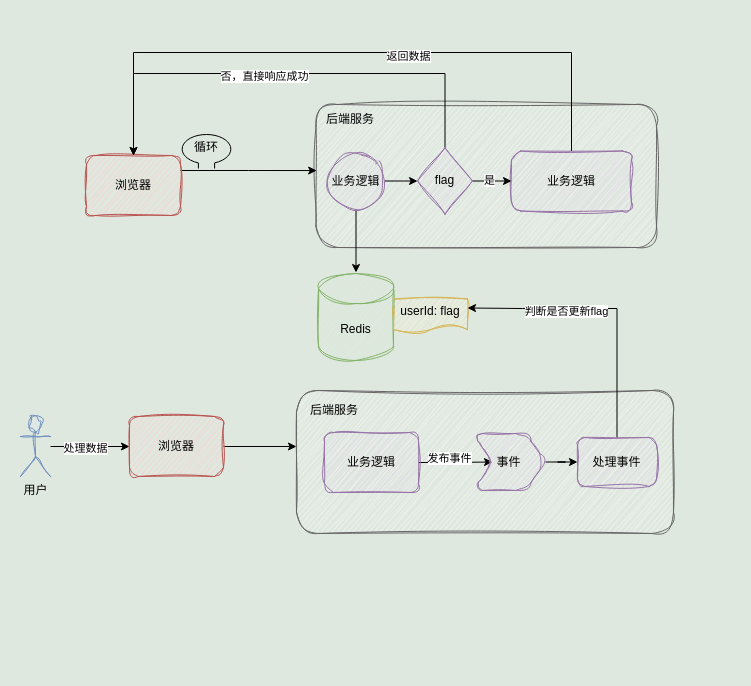
onceMisery/draw keeps this draw.io diagram as 流程图.drawio. Above is the earlier version. Source tidied: cells renumbered, new cells numbered last; positions are measured from the earlier drawing's top-left corner, leaving out a move shared by most shapes. Both pictures are drawn from the tidied source at 100%, with x=0, y=0 at pixel (20, 52).
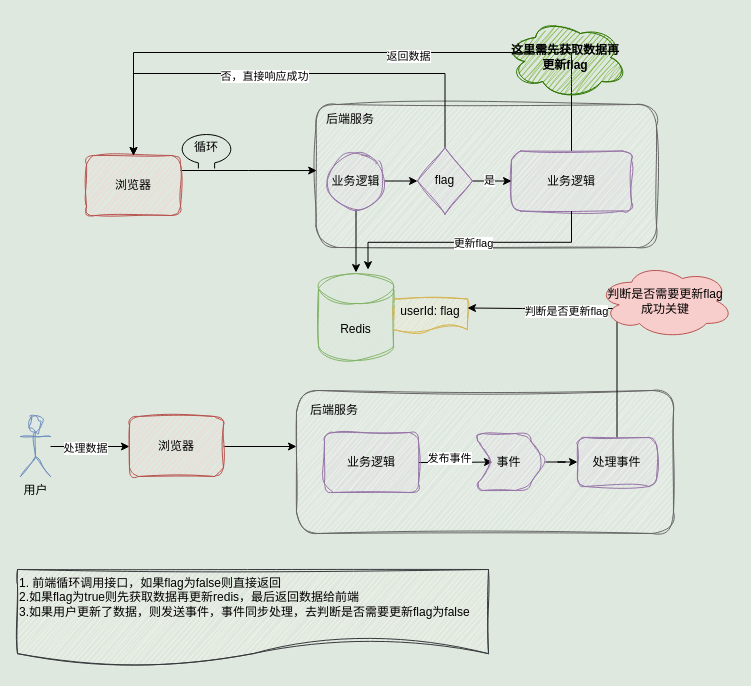
The same diagram, later.

Commit message:
更新流程图.drawio

Unchanged cells that the change refers to:
```xml
<mxCell id="6" value="Redis" style="shape=cylinder3;whiteSpace=wrap;html=1;boundedLbl=1;backgroundOutline=1;size=15;shadow=0;textShadow=0;fillColor=#d5e8d4;strokeColor=#82b366;sketch=1;curveFitting=1;jiggle=2;fillStyle=auto;labelBackgroundColor=none;labelBorderColor=none;perimeterSpacing=1;" parent="1" vertex="1">
  <mxGeometry x="298" y="221" width="75" height="87" as="geometry" />
</mxCell>
<mxCell id="12" value="业务逻辑" style="rounded=1;whiteSpace=wrap;html=1;fillColor=#e1d5e7;strokeColor=#9673a6;sketch=1;curveFitting=1;jiggle=2;glass=0;" parent="1" vertex="1">
  <mxGeometry x="491" y="98.5" width="120" height="60" as="geometry" />
</mxCell>
```

Change to the diagram source:
```diff
@@
+    <mxCell id="36" value="判断是否需要更新flag&lt;div&gt;成功关键&lt;/div&gt;" style="ellipse;shape=cloud;whiteSpace=wrap;html=1;fillColor=#f8cecc;strokeColor=#b85450;align=center;" parent="1" vertex="1">
+      <mxGeometry x="577" y="211" width="136" height="75" as="geometry" />
+    </mxCell>
+    <mxCell id="37" style="edgeStyle=orthogonalEdgeStyle;rounded=0;jettySize=auto;html=1;exitX=0.5;exitY=1;exitDx=0;exitDy=0;entryX=0.656;entryY=-0.031;entryDx=0;entryDy=0;entryPerimeter=0;" parent="1" edge="1" source="12" target="6">
+      <mxGeometry relative="1" as="geometry" />
+    </mxCell>
+    <mxCell id="38" value="更新flag" style="edgeLabel;html=1;align=center;verticalAlign=middle;" parent="37" vertex="1">
+      <mxGeometry x="-0.01" y="1" relative="1" as="geometry" />
+    </mxCell>
+    <mxCell id="39" value="这里需先获取数据再更新flag" style="ellipse;shape=cloud;whiteSpace=wrap;html=1;sketch=1;curveFitting=1;jiggle=2;fillColor=#60a917;strokeColor=#2D7600;fontColor=#000000;fontStyle=1;" parent="1" vertex="1">
+      <mxGeometry x="485" y="-35" width="120" height="80" as="geometry" />
+    </mxCell>
+    <mxCell id="40" value="1. 前端循环调用接口，如果flag为false则直接返回&lt;div style=&quot;&quot;&gt;2.如果flag为true则先获取数据再更新redis，最后返回数据给前端&lt;/div&gt;&lt;div&gt;3.如果用户更新了数据，则发送事件，事件同步处理，去判断是否需要更新flag为false&lt;/div&gt;&lt;div&gt;&lt;br&gt;&lt;/div&gt;" style="shape=document;whiteSpace=wrap;html=1;boundedLbl=1;fillColor=#f9f7ed;strokeColor=#36393d;sketch=1;curveFitting=1;jiggle=2;align=left;" parent="1" vertex="1">
+      <mxGeometry x="-3" y="517" width="471" height="99" as="geometry" />
+    </mxCell>
```
